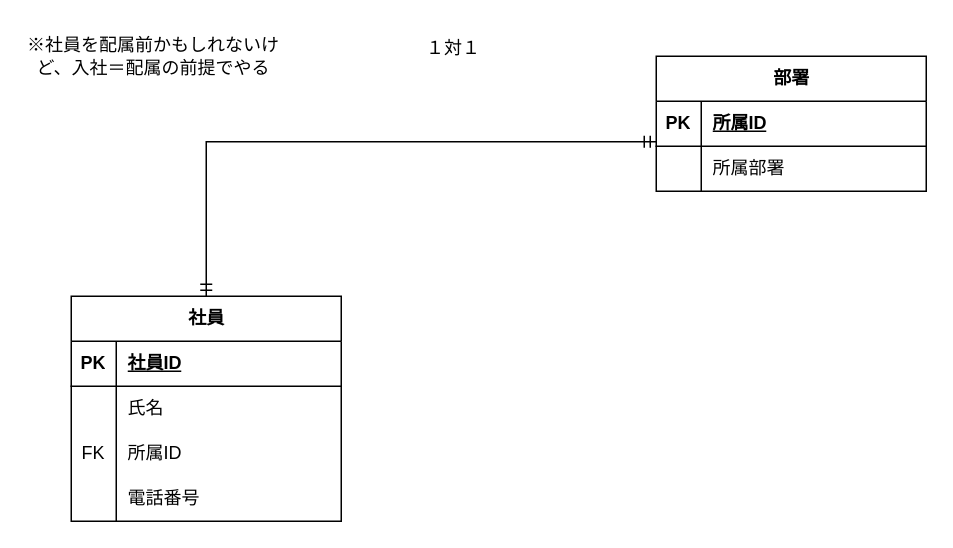
Earlier version of the draw.io diagram docs/01_db/ER.drawio (kinjo-kirato11/csharp_training_202605). Source tidied: cells renumbered, new cells numbered last; positions are measured from the earlier drawing's top-left corner, leaving out a move shared by most shapes. Both pictures are drawn from the tidied source at 150%, with x=0, y=0 at pixel (26, 26).
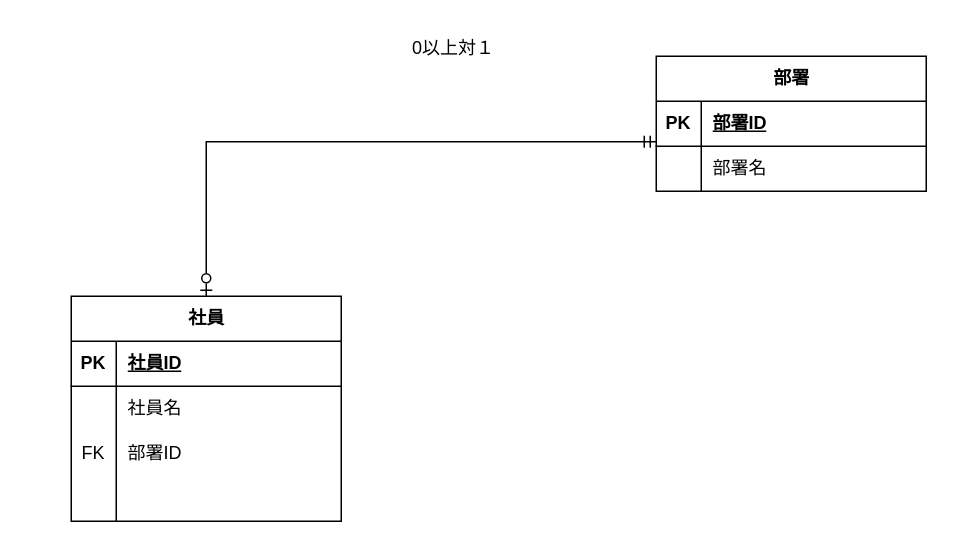
Above is the later version.

The change refers to these unchanged cells:
```xml
<mxCell id="2" value="社員" style="shape=table;startSize=30;childLayout=tableLayout;rowLines=0;fontStyle=1;align=center;html=1;" parent="1" vertex="1">
  <mxGeometry x="30" y="180" width="180" height="150" as="geometry" />
</mxCell>
<mxCell id="6" style="shape=tableRow;horizontal=0;startSize=0;swimlaneHead=0;swimlaneBody=0;fillColor=none;top=0;left=0;right=0;bottom=0;" parent="2" vertex="1">
  <mxGeometry y="60" width="180" height="30" as="geometry" />
</mxCell>
<mxCell id="9" style="shape=tableRow;horizontal=0;startSize=0;swimlaneHead=0;swimlaneBody=0;fillColor=none;top=0;left=0;right=0;bottom=0;" parent="2" vertex="1">
  <mxGeometry y="90" width="180" height="30" as="geometry" />
</mxCell>
<mxCell id="12" style="shape=tableRow;horizontal=0;startSize=0;swimlaneHead=0;swimlaneBody=0;fillColor=none;top=0;left=0;right=0;bottom=0;" parent="2" vertex="1">
  <mxGeometry y="120" width="180" height="30" as="geometry" />
</mxCell>
<mxCell id="16" style="shape=tableRow;horizontal=0;startSize=0;swimlaneHead=0;swimlaneBody=0;fillColor=none;top=0;left=0;right=0;bottom=1;" parent="15" vertex="1">
  <mxGeometry y="30" width="180" height="30" as="geometry" />
</mxCell>
<mxCell id="19" style="shape=tableRow;horizontal=0;startSize=0;swimlaneHead=0;swimlaneBody=0;fillColor=none;points=[[0,0.5],[1,0.5]];portConstraint=eastwest;top=0;left=0;right=0;bottom=0;" parent="15" vertex="1">
  <mxGeometry y="60" width="180" height="30" as="geometry" />
</mxCell>
```

Diff of the diagram source:
```diff
@@
-    <mxCell id="8" value="氏名" style="shape=partialRectangle;fillColor=none;top=0;left=0;bottom=0;right=0;align=left;spacingLeft=6;overflow=hidden;whiteSpace=wrap;html=1;" parent="6" vertex="1">
+    <mxCell id="8" value="社員名&lt;span style=&quot;white-space: pre;&quot;&gt;&#9;&lt;/span&gt;" style="shape=partialRectangle;fillColor=none;top=0;left=0;bottom=0;right=0;align=left;spacingLeft=6;overflow=hidden;whiteSpace=wrap;html=1;" parent="6" vertex="1">
       <mxGeometry x="30" width="150" height="30" as="geometry" />
     </mxCell>
@@
-    <mxCell id="11" value="所属ID" style="shape=partialRectangle;fillColor=none;top=0;left=0;bottom=0;right=0;align=left;spacingLeft=6;overflow=hidden;whiteSpace=wrap;html=1;" parent="9" vertex="1">
+    <mxCell id="11" value="部署ID" style="shape=partialRectangle;fillColor=none;top=0;left=0;bottom=0;right=0;align=left;spacingLeft=6;overflow=hidden;whiteSpace=wrap;html=1;" parent="9" vertex="1">
       <mxGeometry x="30" width="150" height="30" as="geometry" />
     </mxCell>
@@
-    <mxCell id="14" value="電話番号" style="shape=partialRectangle;fillColor=none;top=0;left=0;bottom=0;right=0;align=left;spacingLeft=6;overflow=hidden;whiteSpace=wrap;html=1;" parent="12" vertex="1">
+    <mxCell id="14" style="shape=partialRectangle;fillColor=none;top=0;left=0;bottom=0;right=0;align=left;spacingLeft=6;overflow=hidden;whiteSpace=wrap;html=1;" parent="12" vertex="1">
       <mxGeometry x="30" width="150" height="30" as="geometry" />
     </mxCell>
@@
-    <mxCell id="18" value="所属ID" style="shape=partialRectangle;fillColor=none;top=0;left=0;bottom=0;right=0;align=left;spacingLeft=6;fontStyle=5;overflow=hidden;whiteSpace=wrap;html=1;" parent="16" vertex="1">
+    <mxCell id="18" value="部署ID" style="shape=partialRectangle;fillColor=none;top=0;left=0;bottom=0;right=0;align=left;spacingLeft=6;fontStyle=5;overflow=hidden;whiteSpace=wrap;html=1;" parent="16" vertex="1">
       <mxGeometry x="30" width="150" height="30" as="geometry" />
     </mxCell>
@@
-    <mxCell id="21" value="所属部署" style="shape=partialRectangle;fillColor=none;top=0;left=0;bottom=0;right=0;align=left;spacingLeft=6;overflow=hidden;whiteSpace=wrap;html=1;" parent="19" vertex="1">
+    <mxCell id="21" value="部署名" style="shape=partialRectangle;fillColor=none;top=0;left=0;bottom=0;right=0;align=left;spacingLeft=6;overflow=hidden;whiteSpace=wrap;html=1;" parent="19" vertex="1">
       <mxGeometry x="30" width="150" height="30" as="geometry" />
     </mxCell>
-    <mxCell id="22" style="edgeStyle=orthogonalEdgeStyle;rounded=0;jettySize=auto;html=1;entryX=0;entryY=-0.1;entryDx=0;entryDy=0;entryPerimeter=0;startArrow=ERmandOne;startFill=0;endArrow=ERmandOne;endFill=0;" parent="1" edge="1" source="2" target="19">
+    <mxCell id="22" style="edgeStyle=orthogonalEdgeStyle;rounded=0;jettySize=auto;html=1;entryX=0;entryY=-0.1;entryDx=0;entryDy=0;entryPerimeter=0;startArrow=ERzeroToOne;startFill=0;endArrow=ERmandOne;endFill=0;" parent="1" edge="1" source="2" target="19">
       <mxGeometry relative="1" as="geometry" />
     </mxCell>
-    <mxCell id="23" value="１対１" style="text;html=1;whiteSpace=wrap;strokeColor=none;fillColor=none;align=center;verticalAlign=middle;rounded=0;" parent="1" vertex="1">
+    <mxCell id="23" value="0以上対１" style="text;html=1;whiteSpace=wrap;strokeColor=none;fillColor=none;align=center;verticalAlign=middle;rounded=0;" parent="1" vertex="1">
       <mxGeometry x="250" width="70" height="30" as="geometry" />
     </mxCell>
-    <mxCell id="24" value="※社員を配属前かもしれないけど、入社＝配属の前提でやる" style="text;html=1;whiteSpace=wrap;strokeColor=none;fillColor=none;align=center;verticalAlign=middle;rounded=0;" parent="1" vertex="1">
-      <mxGeometry width="170" height="40" as="geometry" />
-    </mxCell>
```
